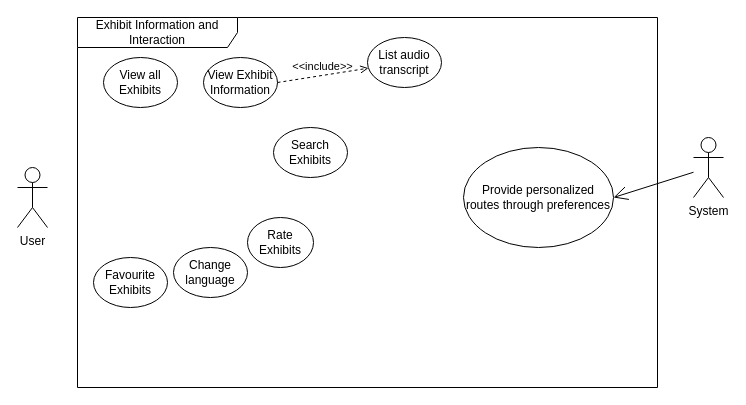
The draw.io diagram Use Case Diagrams/Exhibit Information and Interaction.drawio in gsklaven/MusePath, before the edit. Source tidied: cells renumbered, new cells numbered last; positions are measured from the earlier drawing's top-left corner, leaving out a move shared by most shapes. Both pictures are drawn from the tidied source at 100%, with x=0, y=0 at pixel (17, 17).
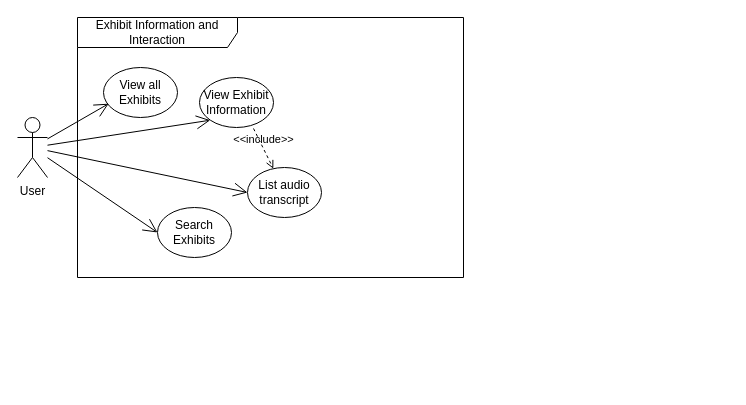
The same diagram, later.

Commit message (it also covers changes not shown here):
fix requirements and use case diagrams

Diff of the diagram source:
```diff
@@
 <mxGraphModel>
   <root>
     <mxCell id="0" />
     <mxCell id="1" parent="0" />
     <mxCell id="2" value="Exhibit Information and Interaction" style="shape=umlFrame;whiteSpace=wrap;html=1;width=160;" parent="1" vertex="1">
-      <mxGeometry x="60" width="580" height="370" as="geometry" />
+      <mxGeometry x="60" width="386" height="260" as="geometry" />
     </mxCell>
-    <mxCell id="3" value="Provide personalized routes through preferences" style="ellipse;whiteSpace=wrap;html=1;" parent="2" vertex="1">
-      <mxGeometry x="386" y="130" width="150" height="100" as="geometry" />
-    </mxCell>
-    <mxCell id="4" value="User" style="shape=umlActor;verticalLabelPosition=bottom;verticalAlign=top;html=1;" parent="2" vertex="1">
-      <mxGeometry x="-60" y="150" width="30" height="60" as="geometry" />
-    </mxCell>
     <mxCell id="5" value="View Exhibit Information" style="ellipse;whiteSpace=wrap;html=1;" parent="2" vertex="1">
-      <mxGeometry x="126" y="40" width="74" height="50" as="geometry" />
+      <mxGeometry x="122" y="60" width="74" height="50" as="geometry" />
     </mxCell>
     <mxCell id="6" value="List audio transcript" style="ellipse;whiteSpace=wrap;html=1;" parent="2" vertex="1">
-      <mxGeometry x="290" y="20" width="74" height="50" as="geometry" />
+      <mxGeometry x="170" y="150" width="74" height="50" as="geometry" />
     </mxCell>
     <mxCell id="7" value="View all Exhibits" style="ellipse;whiteSpace=wrap;html=1;" parent="2" vertex="1">
-      <mxGeometry x="26" y="40" width="74" height="50" as="geometry" />
+      <mxGeometry x="26" y="50" width="74" height="50" as="geometry" />
     </mxCell>
     <mxCell id="8" value="Search Exhibits" style="ellipse;whiteSpace=wrap;html=1;" parent="2" vertex="1">
-      <mxGeometry x="196" y="110" width="74" height="50" as="geometry" />
+      <mxGeometry x="80" y="190" width="74" height="50" as="geometry" />
     </mxCell>
-    <mxCell id="9" value="Rate Exhibits" style="ellipse;whiteSpace=wrap;html=1;" parent="2" vertex="1">
-      <mxGeometry x="170" y="200" width="66" height="50" as="geometry" />
-    </mxCell>
-    <mxCell id="10" value="Favourite Exhibits" style="ellipse;whiteSpace=wrap;html=1;" parent="2" vertex="1">
-      <mxGeometry x="16" y="240" width="74" height="50" as="geometry" />
-    </mxCell>
-    <mxCell id="11" value="Change language" style="ellipse;whiteSpace=wrap;html=1;" parent="2" vertex="1">
-      <mxGeometry x="96" y="230" width="74" height="50" as="geometry" />
-    </mxCell>
-    <mxCell id="12" value="&amp;lt;&amp;lt;include&amp;gt;&amp;gt;" style="html=1;verticalAlign=bottom;labelBackgroundColor=none;endArrow=open;endFill=0;dashed=1;rounded=0;exitX=1;exitY=0.5;exitDx=0;exitDy=0;" parent="2" edge="1" source="5" target="6">
+    <mxCell id="12" value="&amp;lt;&amp;lt;include&amp;gt;&amp;gt;" style="html=1;verticalAlign=bottom;labelBackgroundColor=none;endArrow=open;endFill=0;dashed=1;rounded=0;exitX=0.73;exitY=1.02;exitDx=0;exitDy=0;exitPerimeter=0;" parent="2" edge="1" source="5" target="6">
       <mxGeometry relative="1" as="geometry" />
     </mxCell>
-    <mxCell id="13" value="System" style="shape=umlActor;verticalLabelPosition=bottom;verticalAlign=top;html=1;" parent="1" vertex="1">
-      <mxGeometry x="676" y="120" width="30" height="60" as="geometry" />
-    </mxCell>
-    <mxCell id="14" style="endArrow=open;endFill=1;endSize=12;html=1;rounded=0;entryX=1;entryY=0.5;entryDx=0;entryDy=0;" parent="1" edge="1" source="13" target="3">
-      <mxGeometry relative="1" as="geometry" />
-    </mxCell>
+    <mxCell id="4" value="User" style="shape=umlActor;verticalLabelPosition=bottom;verticalAlign=top;html=1;" parent="1" vertex="1">
+      <mxGeometry y="100" width="30" height="60" as="geometry" />
+    </mxCell>
+    <mxCell id="15" style="endArrow=open;endFill=1;endSize=12;html=1;rounded=0;entryX=0.07;entryY=0.724;entryDx=0;entryDy=0;entryPerimeter=0;" parent="1" edge="1" source="4" target="7">
+      <mxGeometry relative="1" as="geometry" />
+    </mxCell>
+    <mxCell id="16" style="endArrow=open;endFill=1;endSize=12;html=1;rounded=0;entryX=0;entryY=1;entryDx=0;entryDy=0;" parent="1" edge="1" source="4" target="5">
+      <mxGeometry relative="1" as="geometry" />
+    </mxCell>
+    <mxCell id="17" style="endArrow=open;endFill=1;endSize=12;html=1;rounded=0;entryX=0;entryY=0.5;entryDx=0;entryDy=0;" parent="1" edge="1" source="4" target="8">
+      <mxGeometry relative="1" as="geometry" />
+    </mxCell>
+    <mxCell id="18" style="endArrow=open;endFill=1;endSize=12;html=1;rounded=0;entryX=0;entryY=0.5;entryDx=0;entryDy=0;" parent="1" edge="1" source="4" target="6">
+      <mxGeometry relative="1" as="geometry" />
+    </mxCell>
   </root>
 </mxGraphModel>
```
